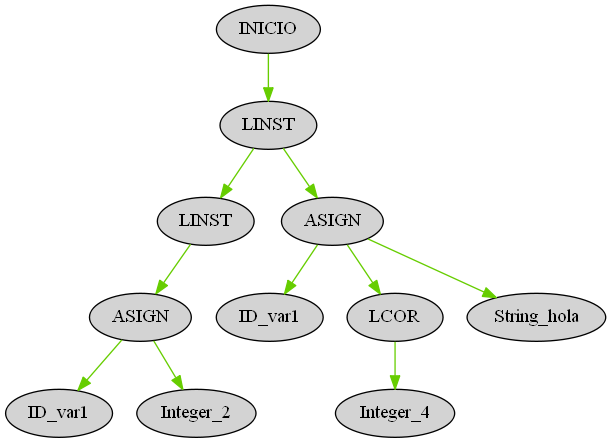
This is OLC2P12020/AST_proyecto.png from ElmerAlay/OLC21P2020, a Graphviz export, as it was before one commit. Its source is kept beside it as OLC2P12020/AST_proyecto.dot.
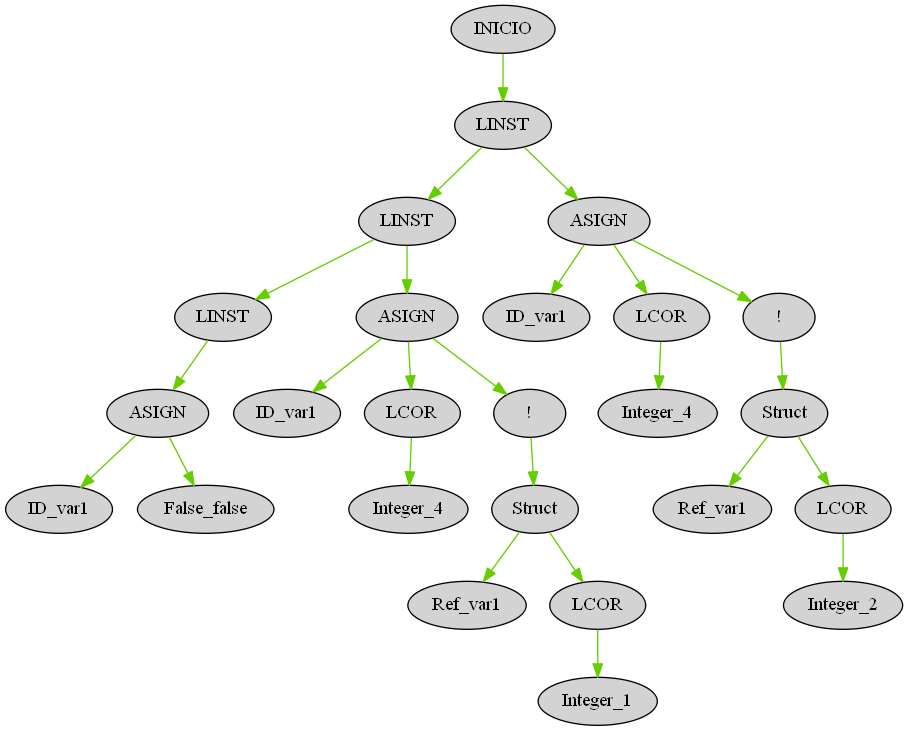
The same diagram one commit later.

The edit, as a diff of the source:
```diff
@@ -1,34 +1,76 @@
 digraph G { node[shape=oval, style=filled, collor=coral]; edge[color=chartreuse3]; rankdir=UD
 
-"10" [label="INICIO"]
-"9" [label="LINST"]
-"10" -> "9"
-"9" [label="LINST"]
-"3" [label="LINST"]
-"9" -> "3"
-"3" [label="LINST"]
-"2" [label="ASIGN"]
-"3" -> "2"
-"2" [label="ASIGN"]
-"1" [label="ID_var1"]
-"2" -> "1"
-"2" [label="ASIGN"]
-"0" [label="Integer_2"]
-"2" -> "0"
-"9" [label="LINST"]
-"8" [label="ASIGN"]
-"9" -> "8"
-"8" [label="ASIGN"]
-"7" [label="ID_var1"]
-"8" -> "7"
-"8" [label="ASIGN"]
-"5" [label="LCOR"]
-"8" -> "5"
-"5" [label="LCOR"]
-"4" [label="Integer_4"]
-"5" -> "4"
-"8" [label="ASIGN"]
-"6" [label="String_hola"]
-"8" -> "6"
+"78" [label="INICIO"]
+"77" [label="LINST"]
+"78" -> "77"
+"77" [label="LINST"]
+"67" [label="LINST"]
+"77" -> "67"
+"67" [label="LINST"]
+"57" [label="LINST"]
+"67" -> "57"
+"57" [label="LINST"]
+"56" [label="ASIGN"]
+"57" -> "56"
+"56" [label="ASIGN"]
+"55" [label="ID_var1"]
+"56" -> "55"
+"56" [label="ASIGN"]
+"54" [label="False_false"]
+"56" -> "54"
+"67" [label="LINST"]
+"66" [label="ASIGN"]
+"67" -> "66"
+"66" [label="ASIGN"]
+"65" [label="ID_var1"]
+"66" -> "65"
+"66" [label="ASIGN"]
+"59" [label="LCOR"]
+"66" -> "59"
+"59" [label="LCOR"]
+"58" [label="Integer_4"]
+"59" -> "58"
+"66" [label="ASIGN"]
+"64" [label="!"]
+"66" -> "64"
+"64" [label="!"]
+"63" [label="Struct"]
+"64" -> "63"
+"63" [label="Struct"]
+"62" [label="Ref_var1"]
+"63" -> "62"
+"63" [label="Struct"]
+"61" [label="LCOR"]
+"63" -> "61"
+"61" [label="LCOR"]
+"60" [label="Integer_1"]
+"61" -> "60"
+"77" [label="LINST"]
+"76" [label="ASIGN"]
+"77" -> "76"
+"76" [label="ASIGN"]
+"75" [label="ID_var1"]
+"76" -> "75"
+"76" [label="ASIGN"]
+"69" [label="LCOR"]
+"76" -> "69"
+"69" [label="LCOR"]
+"68" [label="Integer_4"]
+"69" -> "68"
+"76" [label="ASIGN"]
+"74" [label="!"]
+"76" -> "74"
+"74" [label="!"]
+"73" [label="Struct"]
+"74" -> "73"
+"73" [label="Struct"]
+"72" [label="Ref_var1"]
+"73" -> "72"
+"73" [label="Struct"]
+"71" [label="LCOR"]
+"73" -> "71"
+"71" [label="LCOR"]
+"70" [label="Integer_2"]
+"71" -> "70"
 
 }
```
